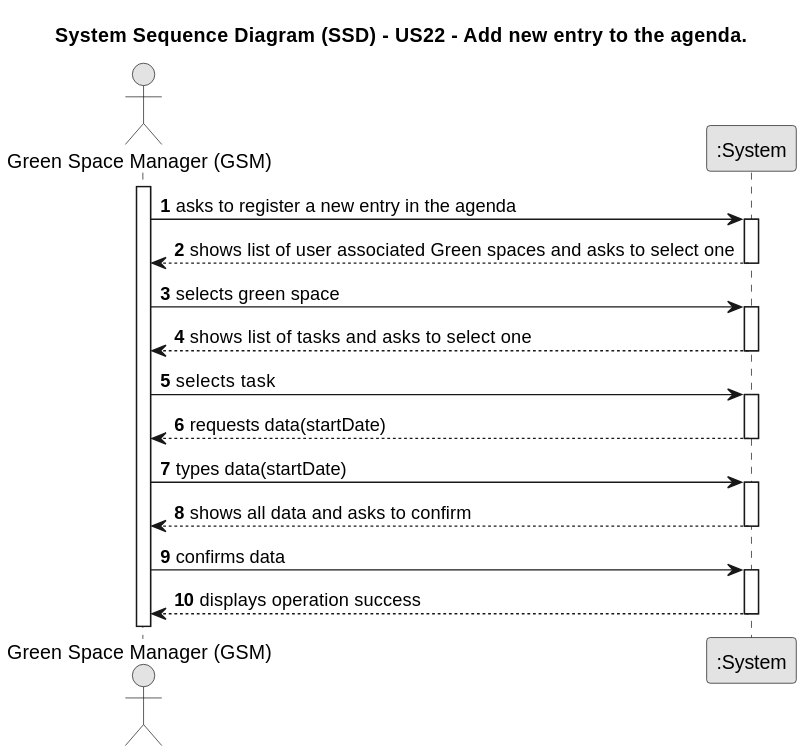
Earlier version of the PlantUML export docs/sprint3/us22/01.requirements-engineering/svg/us22-system-sequence-diagram.svg (Departamento-de-Engenharia-Informatica/lei-24-s2-1db-g022).
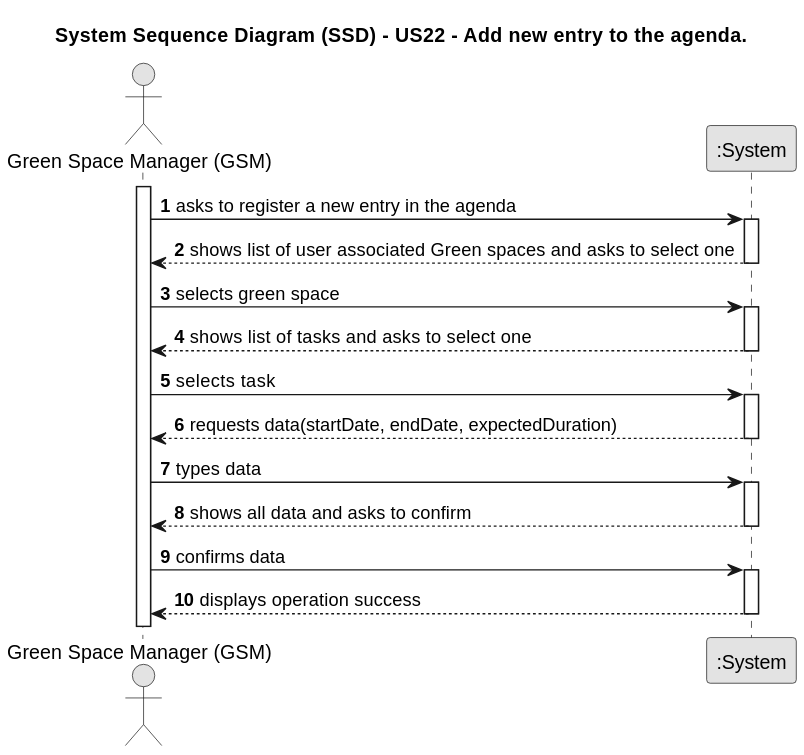
Above is the later version.

Change to the diagram source:
```diff
@@ -27,10 +27,10 @@
     GSM->System: selects task
     activate System
 
-    System --> GSM : requests data(startDate)
+    System --> GSM : requests data(startDate, endDate, expectedDuration)
     deactivate System
 
-    GSM -> System : types data(startDate)
+    GSM -> System : types data
     activate System
 
     System --> GSM : shows all data and asks to confirm
```
